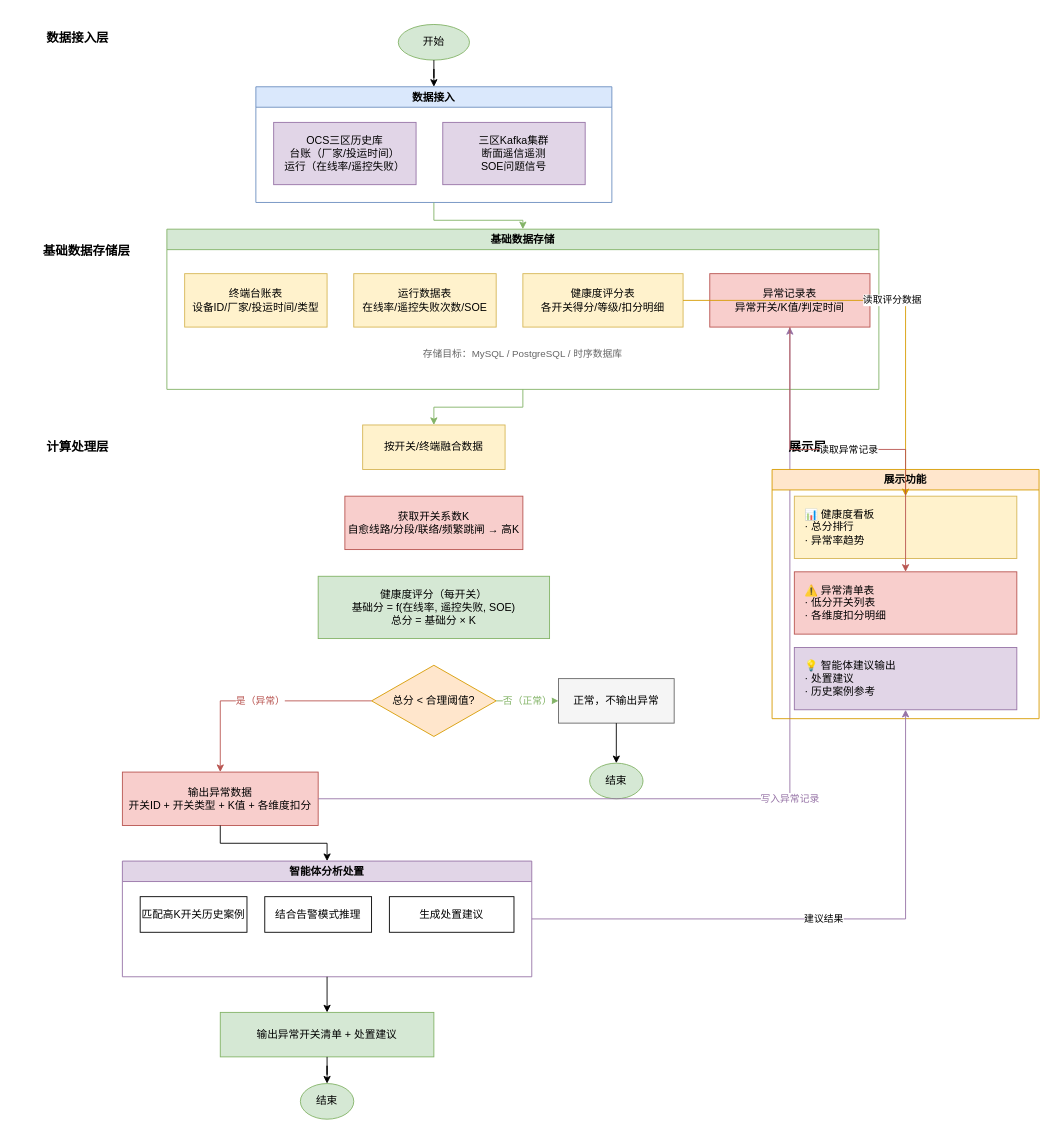
Earlier version of the draw.io diagram 流程图.drawio (LieCoding/pwjkd). Source tidied: cells renumbered, new cells numbered last; positions are measured from the earlier drawing's top-left corner, leaving out a move shared by most shapes. Both pictures are drawn from the tidied source at 89%, with x=0, y=0 at pixel (24, 24).
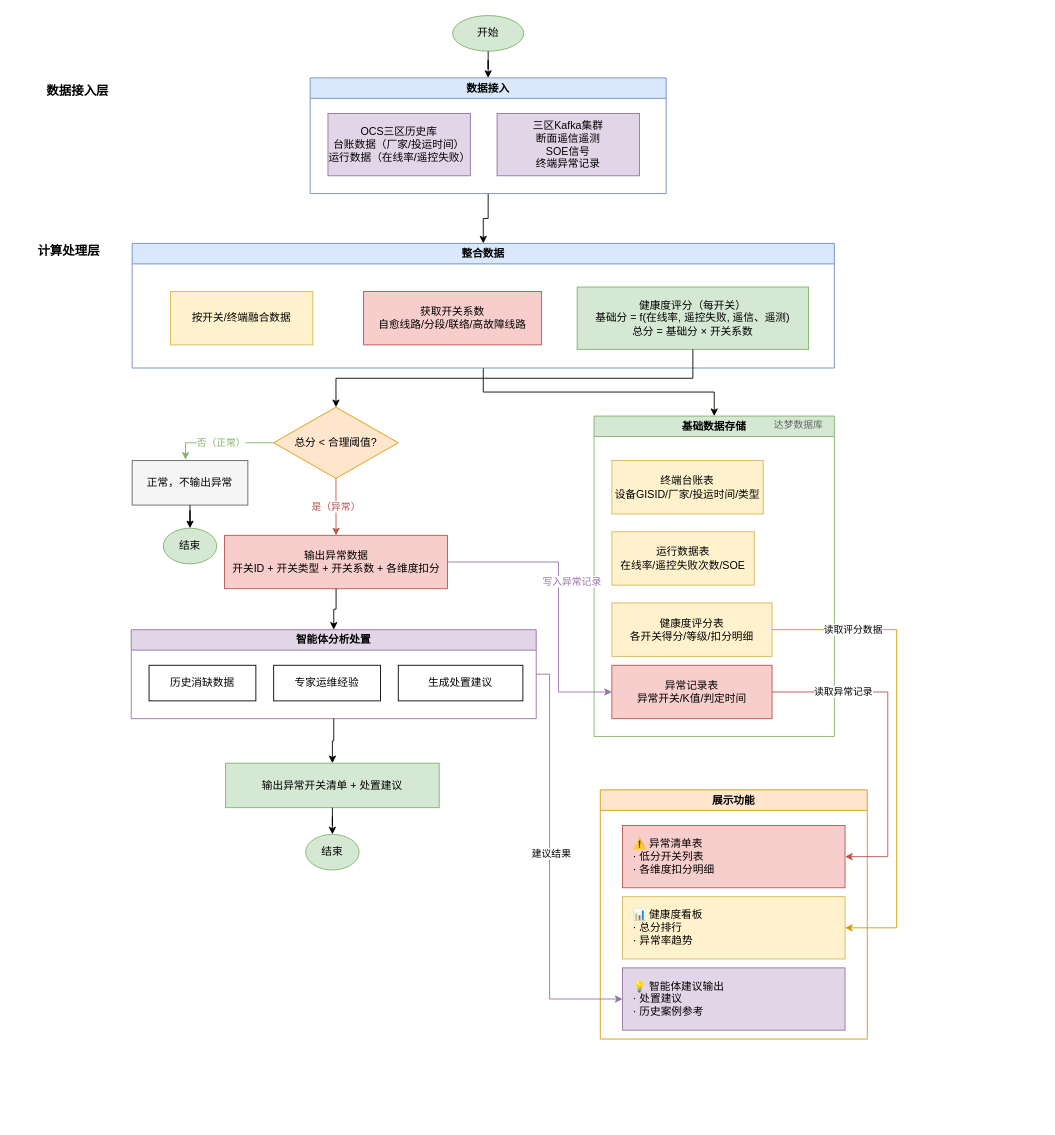
The same diagram, later.

Commit message:
更新流程图.drawio

Unchanged cells that the change refers to:
```xml
<mxCell id="42" value="💡 智能体建议输出&#10;· 处置建议&#10;· 历史案例参考" style="rounded=0;whiteSpace=wrap;html=1;fillColor=#e1d5e7;strokeColor=#9673a6;align=left;spacingLeft=10;" parent="39" vertex="1">
  <mxGeometry x="25" y="200" width="250" height="70" as="geometry" />
</mxCell>
```

Change to the diagram source:
```diff
@@
     <mxCell id="2" value="数据接入层" style="text;html=1;strokeColor=none;fillColor=none;align=center;verticalAlign=middle;whiteSpace=wrap;rounded=0;fontSize=14;fontStyle=1;" parent="1" vertex="1">
-      <mxGeometry width="120" height="30" as="geometry" />
+      <mxGeometry y="60" width="120" height="30" as="geometry" />
     </mxCell>
     <mxCell id="3" value="开始" style="ellipse;whiteSpace=wrap;html=1;fillColor=#d5e8d4;strokeColor=#82b366;" parent="1" vertex="1">
-      <mxGeometry x="420" width="80" height="40" as="geometry" />
+      <mxGeometry x="481" y="-10" width="80" height="40" as="geometry" />
     </mxCell>
+    <mxCell id="46" style="edgeStyle=orthogonalEdgeStyle;rounded=0;jettySize=auto;html=1;" parent="1" edge="1" source="4" target="60">
+      <mxGeometry relative="1" as="geometry" />
+    </mxCell>
     <mxCell id="4" value="数据接入" style="swimlane;whiteSpace=wrap;html=1;fillColor=#dae8fc;strokeColor=#6c8ebf;" parent="1" vertex="1">
-      <mxGeometry x="260" y="70" width="400" height="130" as="geometry" />
+      <mxGeometry x="321" y="60" width="400" height="130" as="geometry" />
     </mxCell>
-    <mxCell id="5" value="OCS三区历史库&#10;台账（厂家/投运时间）&#10;运行（在线率/遥控失败）" style="rounded=0;whiteSpace=wrap;html=1;fillColor=#e1d5e7;strokeColor=#9673a6;" parent="4" vertex="1">
-      <mxGeometry x="20" y="40" width="160" height="70" as="geometry" />
-    </mxCell>
-    <mxCell id="6" value="三区Kafka集群&#10;断面遥信遥测&#10;SOE问题信号" style="rounded=0;whiteSpace=wrap;html=1;fillColor=#e1d5e7;strokeColor=#9673a6;" parent="4" vertex="1">
-      <mxGeometry x="210" y="40" width="160" height="70" as="geometry" />
-    </mxCell>
+    <mxCell id="47" value="OCS三区历史库&lt;br&gt;台账数据（厂家/投运时间）&lt;br&gt;运行数据（在线率/遥控失败）" style="rounded=0;whiteSpace=wrap;html=1;fillColor=#e1d5e7;strokeColor=#9673a6;" parent="4" vertex="1">
+      <mxGeometry x="20" y="40" width="160" height="70" as="geometry" />
+    </mxCell>
+    <mxCell id="48" value="三区Kafka集群&lt;br&gt;断面遥信遥测&lt;br&gt;SOE信号&lt;div&gt;终端异常记录&lt;/div&gt;" style="rounded=0;whiteSpace=wrap;html=1;fillColor=#e1d5e7;strokeColor=#9673a6;" parent="4" vertex="1">
+      <mxGeometry x="210" y="40" width="160" height="70" as="geometry" />
+    </mxCell>
@@
-    <mxCell id="8" value="基础数据存储层" style="text;html=1;strokeColor=none;fillColor=none;align=center;verticalAlign=middle;whiteSpace=wrap;rounded=0;fontSize=14;fontStyle=1;" parent="1" vertex="1">
-      <mxGeometry y="240" width="140" height="30" as="geometry" />
-    </mxCell>
     <mxCell id="9" value="基础数据存储" style="swimlane;whiteSpace=wrap;html=1;fillColor=#d5e8d4;strokeColor=#82b366;fontStyle=1;" parent="1" vertex="1">
-      <mxGeometry x="160" y="230" width="800" height="180" as="geometry" />
+      <mxGeometry x="640" y="440" width="270" height="360" as="geometry" />
     </mxCell>
-    <mxCell id="10" value="终端台账表&#10;设备ID/厂家/投运时间/类型" style="rounded=0;whiteSpace=wrap;html=1;fillColor=#fff2cc;strokeColor=#d6b656;" parent="9" vertex="1">
-      <mxGeometry x="20" y="50" width="160" height="60" as="geometry" />
-    </mxCell>
+    <mxCell id="49" value="终端台账表&lt;br&gt;设备GISID/厂家/投运时间/类型" style="rounded=0;whiteSpace=wrap;html=1;fillColor=#fff2cc;strokeColor=#d6b656;" parent="9" vertex="1">
+      <mxGeometry x="20" y="50" width="170" height="60" as="geometry" />
+    </mxCell>
     <mxCell id="11" value="运行数据表&#10;在线率/遥控失败次数/SOE" style="rounded=0;whiteSpace=wrap;html=1;fillColor=#fff2cc;strokeColor=#d6b656;" parent="9" vertex="1">
-      <mxGeometry x="210" y="50" width="160" height="60" as="geometry" />
+      <mxGeometry x="20" y="130" width="160" height="60" as="geometry" />
     </mxCell>
     <mxCell id="12" value="健康度评分表&#10;各开关得分/等级/扣分明细" style="rounded=0;whiteSpace=wrap;html=1;fillColor=#fff2cc;strokeColor=#d6b656;" parent="9" vertex="1">
-      <mxGeometry x="400" y="50" width="180" height="60" as="geometry" />
+      <mxGeometry x="20" y="210" width="180" height="60" as="geometry" />
     </mxCell>
     <mxCell id="13" value="异常记录表&#10;异常开关/K值/判定时间" style="rounded=0;whiteSpace=wrap;html=1;fillColor=#f8cecc;strokeColor=#b85450;" parent="9" vertex="1">
-      <mxGeometry x="610" y="50" width="180" height="60" as="geometry" />
+      <mxGeometry x="20" y="280" width="180" height="60" as="geometry" />
     </mxCell>
-    <mxCell id="14" value="存储目标：MySQL / PostgreSQL / 时序数据库" style="text;html=1;strokeColor=none;fillColor=none;align=center;verticalAlign=middle;whiteSpace=wrap;rounded=0;fontSize=11;fontColor=#666666;" parent="9" vertex="1">
-      <mxGeometry x="250" y="130" width="300" height="20" as="geometry" />
-    </mxCell>
-    <mxCell id="15" style="edgeStyle=orthogonalEdgeStyle;rounded=0;jettySize=auto;html=1;strokeColor=#82b366;" parent="1" edge="1" source="4" target="9">
-      <mxGeometry relative="1" as="geometry" />
-    </mxCell>
+    <mxCell id="50" value="达梦数据库" style="text;html=1;strokeColor=none;fillColor=none;align=center;verticalAlign=middle;whiteSpace=wrap;rounded=0;fontSize=11;fontColor=#666666;" parent="9" vertex="1">
+      <mxGeometry x="200" width="60" height="20" as="geometry" />
+    </mxCell>
     <mxCell id="16" value="计算处理层" style="text;html=1;strokeColor=none;fillColor=none;align=center;verticalAlign=middle;whiteSpace=wrap;rounded=0;fontSize=14;fontStyle=1;" parent="1" vertex="1">
-      <mxGeometry y="460" width="120" height="30" as="geometry" />
+      <mxGeometry x="-10" y="240" width="120" height="30" as="geometry" />
     </mxCell>
-    <mxCell id="17" value="按开关/终端融合数据" style="rounded=0;whiteSpace=wrap;html=1;fillColor=#fff2cc;strokeColor=#d6b656;" parent="1" vertex="1">
-      <mxGeometry x="380" y="450" width="160" height="50" as="geometry" />
-    </mxCell>
-    <mxCell id="18" value="获取开关系数K&#10;自愈线路/分段/联络/频繁跳闸 → 高K" style="rounded=0;whiteSpace=wrap;html=1;fillColor=#f8cecc;strokeColor=#b85450;" parent="1" vertex="1">
-      <mxGeometry x="360" y="530" width="200" height="60" as="geometry" />
-    </mxCell>
-    <mxCell id="19" value="健康度评分（每开关）&#10;基础分 = f(在线率, 遥控失败, SOE)&#10;总分 = 基础分 × K" style="rounded=0;whiteSpace=wrap;html=1;fillColor=#d5e8d4;strokeColor=#82b366;" parent="1" vertex="1">
-      <mxGeometry x="330" y="620" width="260" height="70" as="geometry" />
-    </mxCell>
     <mxCell id="20" value="总分 &lt; 合理阈值?" style="rhombus;whiteSpace=wrap;html=1;fillColor=#ffe6cc;strokeColor=#d79b00;" parent="1" vertex="1">
-      <mxGeometry x="390" y="720" width="140" height="80" as="geometry" />
+      <mxGeometry x="280" y="430" width="140" height="80" as="geometry" />
     </mxCell>
-    <mxCell id="21" style="edgeStyle=orthogonalEdgeStyle;rounded=0;jettySize=auto;html=1;strokeColor=#82b366;" parent="1" edge="1" source="9" target="17">
-      <mxGeometry relative="1" as="geometry" />
-    </mxCell>
     <mxCell id="22" value="正常，不输出异常" style="rounded=0;whiteSpace=wrap;html=1;fillColor=#f5f5f5;strokeColor=#666666;" parent="1" vertex="1">
-      <mxGeometry x="600" y="735" width="130" height="50" as="geometry" />
+      <mxGeometry x="121" y="490" width="130" height="50" as="geometry" />
     </mxCell>
-    <mxCell id="23" value="结束" style="ellipse;whiteSpace=wrap;html=1;fillColor=#d5e8d4;strokeColor=#82b366;" parent="1" vertex="1">
-      <mxGeometry x="635" y="830" width="60" height="40" as="geometry" />
-    </mxCell>
-    <mxCell id="24" value="输出异常数据&#10;开关ID + 开关类型 + K值 + 各维度扣分" style="rounded=0;whiteSpace=wrap;html=1;fillColor=#f8cecc;strokeColor=#b85450;" parent="1" vertex="1">
-      <mxGeometry x="110" y="840" width="220" height="60" as="geometry" />
-    </mxCell>
+    <mxCell id="51" value="结束" style="ellipse;whiteSpace=wrap;html=1;fillColor=#d5e8d4;strokeColor=#82b366;" parent="1" vertex="1">
+      <mxGeometry x="156" y="566" width="60" height="40" as="geometry" />
+    </mxCell>
+    <mxCell id="52" value="输出异常数据&lt;br&gt;开关ID + 开关类型 + 开关系数&amp;nbsp;+ 各维度扣分" style="rounded=0;whiteSpace=wrap;html=1;fillColor=#f8cecc;strokeColor=#b85450;" parent="1" vertex="1">
+      <mxGeometry x="224.8" y="574" width="250.5" height="60" as="geometry" />
+    </mxCell>
     <mxCell id="25" value="智能体分析处置" style="swimlane;whiteSpace=wrap;html=1;fillColor=#e1d5e7;strokeColor=#9673a6;" parent="1" vertex="1">
-      <mxGeometry x="110" y="940" width="460" height="130" as="geometry" />
+      <mxGeometry x="120" y="680" width="455" height="100" as="geometry" />
     </mxCell>
-    <mxCell id="26" value="匹配高K开关历史案例" style="rounded=0;whiteSpace=wrap;html=1;" parent="25" vertex="1">
-      <mxGeometry x="20" y="40" width="120" height="40" as="geometry" />
-    </mxCell>
-    <mxCell id="27" value="结合告警模式推理" style="rounded=0;whiteSpace=wrap;html=1;" parent="25" vertex="1">
-      <mxGeometry x="160" y="40" width="120" height="40" as="geometry" />
-    </mxCell>
+    <mxCell id="53" value="历史消缺数据" style="rounded=0;whiteSpace=wrap;html=1;" parent="25" vertex="1">
+      <mxGeometry x="20" y="40" width="120" height="40" as="geometry" />
+    </mxCell>
+    <mxCell id="54" value="专家运维经验" style="rounded=0;whiteSpace=wrap;html=1;" parent="25" vertex="1">
+      <mxGeometry x="160" y="40" width="120" height="40" as="geometry" />
+    </mxCell>
@@
     <mxCell id="29" value="输出异常开关清单 + 处置建议" style="rounded=0;whiteSpace=wrap;html=1;fillColor=#d5e8d4;strokeColor=#82b366;" parent="1" vertex="1">
-      <mxGeometry x="220" y="1110" width="240" height="50" as="geometry" />
+      <mxGeometry x="226" y="830" width="240" height="50" as="geometry" />
     </mxCell>
-    <mxCell id="30" value="结束" style="ellipse;whiteSpace=wrap;html=1;fillColor=#d5e8d4;strokeColor=#82b366;" parent="1" vertex="1">
-      <mxGeometry x="310" y="1190" width="60" height="40" as="geometry" />
-    </mxCell>
+    <mxCell id="55" value="结束" style="ellipse;whiteSpace=wrap;html=1;fillColor=#d5e8d4;strokeColor=#82b366;" parent="1" vertex="1">
+      <mxGeometry x="316" y="910" width="60" height="40" as="geometry" />
+    </mxCell>
-    <mxCell id="31" value="是（异常）" style="edgeStyle=orthogonalEdgeStyle;rounded=0;jettySize=auto;html=1;strokeColor=#b85450;fontColor=#b85450;" parent="1" edge="1" source="20" target="24">
+    <mxCell id="31" value="是（异常）" style="edgeStyle=orthogonalEdgeStyle;rounded=0;jettySize=auto;html=1;strokeColor=#b85450;fontColor=#b85450;" parent="1" edge="1" source="20" target="52">
       <mxGeometry relative="1" as="geometry" />
     </mxCell>
-    <mxCell id="32" value="否（正常）" style="edgeStyle=orthogonalEdgeStyle;rounded=0;jettySize=auto;html=1;strokeColor=#82b366;fontColor=#82b366;" parent="1" edge="1" source="20" target="22">
+    <mxCell id="32" value="否（正常）" style="edgeStyle=orthogonalEdgeStyle;rounded=0;jettySize=auto;html=1;strokeColor=#82b366;fontColor=#82b366;entryX=0.461;entryY=-0.021;entryDx=0;entryDy=0;entryPerimeter=0;" parent="1" edge="1" source="20" target="22">
       <mxGeometry relative="1" as="geometry" />
     </mxCell>
-    <mxCell id="33" style="edgeStyle=orthogonalEdgeStyle;rounded=0;jettySize=auto;html=1;" parent="1" edge="1" source="22" target="23">
-      <mxGeometry relative="1" as="geometry" />
-    </mxCell>
-    <mxCell id="34" style="edgeStyle=orthogonalEdgeStyle;rounded=0;jettySize=auto;html=1;" parent="1" edge="1" source="24" target="25">
-      <mxGeometry relative="1" as="geometry" />
-    </mxCell>
+    <mxCell id="56" style="edgeStyle=orthogonalEdgeStyle;rounded=0;jettySize=auto;html=1;" parent="1" edge="1" source="22" target="51">
+      <mxGeometry relative="1" as="geometry" />
+    </mxCell>
+    <mxCell id="57" style="edgeStyle=orthogonalEdgeStyle;rounded=0;jettySize=auto;html=1;" parent="1" edge="1" source="52" target="25">
+      <mxGeometry relative="1" as="geometry" />
+    </mxCell>
@@
-    <mxCell id="36" style="edgeStyle=orthogonalEdgeStyle;rounded=0;jettySize=auto;html=1;" parent="1" edge="1" source="29" target="30">
-      <mxGeometry relative="1" as="geometry" />
-    </mxCell>
+    <mxCell id="58" style="edgeStyle=orthogonalEdgeStyle;rounded=0;jettySize=auto;html=1;" parent="1" edge="1" source="29" target="55">
+      <mxGeometry relative="1" as="geometry" />
+    </mxCell>
-    <mxCell id="37" value="写入异常记录" style="edgeStyle=orthogonalEdgeStyle;rounded=0;jettySize=auto;html=1;strokeColor=#9673a6;strokeDashPattern=8 4;fontColor=#9673a6;" parent="1" edge="1" source="24" target="13">
-      <mxGeometry relative="1" as="geometry" />
+    <mxCell id="37" value="写入异常记录" style="edgeStyle=orthogonalEdgeStyle;rounded=0;jettySize=auto;html=1;strokeColor=#9673a6;strokeDashPattern=8 4;fontColor=#9673a6;entryX=0;entryY=0.5;entryDx=0;entryDy=0;" parent="1" edge="1" source="52" target="13">
+      <mxGeometry x="-0.11" y="15" relative="1" as="geometry">
+        <Array as="points">
+          <mxPoint x="600" y="604" />
+          <mxPoint x="600" y="750" />
+        </Array>
+      </mxGeometry>
     </mxCell>
-    <mxCell id="38" value="展示层" style="text;html=1;strokeColor=none;fillColor=none;align=center;verticalAlign=middle;whiteSpace=wrap;rounded=0;fontSize=14;fontStyle=1;" parent="1" vertex="1">
-      <mxGeometry x="840" y="460" width="80" height="30" as="geometry" />
-    </mxCell>
     <mxCell id="39" value="展示功能" style="swimlane;whiteSpace=wrap;html=1;fillColor=#ffe6cc;strokeColor=#d79b00;fontStyle=1;" parent="1" vertex="1">
-      <mxGeometry x="840" y="500" width="300" height="280" as="geometry" />
+      <mxGeometry x="647" y="860" width="300" height="280" as="geometry" />
     </mxCell>
     <mxCell id="40" value="📊 健康度看板&#10;· 总分排行&#10;· 异常率趋势" style="rounded=0;whiteSpace=wrap;html=1;fillColor=#fff2cc;strokeColor=#d6b656;align=left;spacingLeft=10;" parent="39" vertex="1">
-      <mxGeometry x="25" y="30" width="250" height="70" as="geometry" />
+      <mxGeometry x="25" y="120" width="250" height="70" as="geometry" />
     </mxCell>
     <mxCell id="41" value="⚠️ 异常清单表&#10;· 低分开关列表&#10;· 各维度扣分明细" style="rounded=0;whiteSpace=wrap;html=1;fillColor=#f8cecc;strokeColor=#b85450;align=left;spacingLeft=10;" parent="39" vertex="1">
-      <mxGeometry x="25" y="115" width="250" height="70" as="geometry" />
+      <mxGeometry x="25" y="40" width="250" height="70" as="geometry" />
     </mxCell>
@@
-    <mxCell id="43" value="读取评分数据" style="edgeStyle=orthogonalEdgeStyle;rounded=0;jettySize=auto;html=1;strokeColor=#d79b00;" parent="1" edge="1" source="12" target="40">
-      <mxGeometry relative="1" as="geometry" />
+    <mxCell id="43" value="读取评分数据" style="edgeStyle=orthogonalEdgeStyle;rounded=0;jettySize=auto;html=1;strokeColor=#d79b00;entryX=1;entryY=0.5;entryDx=0;entryDy=0;exitX=1;exitY=0.5;exitDx=0;exitDy=0;" parent="1" edge="1" source="12" target="40">
+      <mxGeometry x="-0.66" relative="1" as="geometry">
+        <Array as="points">
+          <mxPoint x="980" y="680" />
+          <mxPoint x="980" y="1015" />
+        </Array>
+      </mxGeometry>
     </mxCell>
-    <mxCell id="44" value="读取异常记录" style="edgeStyle=orthogonalEdgeStyle;rounded=0;jettySize=auto;html=1;strokeColor=#b85450;" parent="1" edge="1" source="13" target="41">
-      <mxGeometry relative="1" as="geometry" />
+    <mxCell id="44" value="读取异常记录" style="edgeStyle=orthogonalEdgeStyle;rounded=0;jettySize=auto;html=1;strokeColor=#b85450;entryX=1;entryY=0.5;entryDx=0;entryDy=0;exitX=1;exitY=0.5;exitDx=0;exitDy=0;" parent="1" edge="1" source="13" target="41">
+      <mxGeometry x="-0.56" relative="1" as="geometry">
+        <Array as="points">
+          <mxPoint x="970" y="750" />
+          <mxPoint x="970" y="935" />
+        </Array>
+      </mxGeometry>
     </mxCell>
-    <mxCell id="45" value="建议结果" style="edgeStyle=orthogonalEdgeStyle;rounded=0;jettySize=auto;html=1;strokeColor=#9673a6;" parent="1" edge="1" source="25" target="42">
-      <mxGeometry relative="1" as="geometry" />
+    <mxCell id="45" value="建议结果" style="edgeStyle=orthogonalEdgeStyle;rounded=0;jettySize=auto;html=1;strokeColor=#9673a6;entryX=0;entryY=0.5;entryDx=0;entryDy=0;exitX=1;exitY=0.5;exitDx=0;exitDy=0;" parent="1" edge="1" source="25" target="42">
+      <mxGeometry x="-0.06" y="2" relative="1" as="geometry">
+        <Array as="points">
+          <mxPoint x="590" y="730" />
+          <mxPoint x="590" y="1095" />
+        </Array>
+      </mxGeometry>
     </mxCell>
+    <mxCell id="59" style="edgeStyle=orthogonalEdgeStyle;rounded=0;jettySize=auto;html=1;exitX=0.5;exitY=1;exitDx=0;exitDy=0;" parent="1" edge="1" source="60" target="9">
+      <mxGeometry relative="1" as="geometry" />
+    </mxCell>
+    <mxCell id="60" value="整合数据" style="swimlane;whiteSpace=wrap;html=1;fillColor=#dae8fc;strokeColor=#6c8ebf;fontStyle=1;" parent="1" vertex="1">
+      <mxGeometry x="121" y="246" width="789" height="140" as="geometry" />
+    </mxCell>
+    <mxCell id="17" value="按开关/终端融合数据" style="rounded=0;whiteSpace=wrap;html=1;fillColor=#fff2cc;strokeColor=#d6b656;" parent="60" vertex="1">
+      <mxGeometry x="43" y="54" width="160" height="60" as="geometry" />
+    </mxCell>
+    <mxCell id="61" value="获取开关系数&lt;br&gt;自愈线路/分段/联络/高故障线路" style="rounded=0;whiteSpace=wrap;html=1;fillColor=#f8cecc;strokeColor=#b85450;" parent="60" vertex="1">
+      <mxGeometry x="260" y="54" width="200" height="60" as="geometry" />
+    </mxCell>
+    <mxCell id="62" value="健康度评分（每开关）&lt;br&gt;基础分 = f(在线率, 遥控失败, 遥信、遥测)&lt;br&gt;总分 = 基础分 × 开关系数" style="rounded=0;whiteSpace=wrap;html=1;fillColor=#d5e8d4;strokeColor=#82b366;" parent="60" vertex="1">
+      <mxGeometry x="500" y="49" width="260" height="70" as="geometry" />
+    </mxCell>
+    <mxCell id="63" style="edgeStyle=orthogonalEdgeStyle;rounded=0;jettySize=auto;html=1;exitX=0.5;exitY=1;exitDx=0;exitDy=0;" parent="1" edge="1" source="62" target="20">
+      <mxGeometry relative="1" as="geometry" />
+    </mxCell>
```
